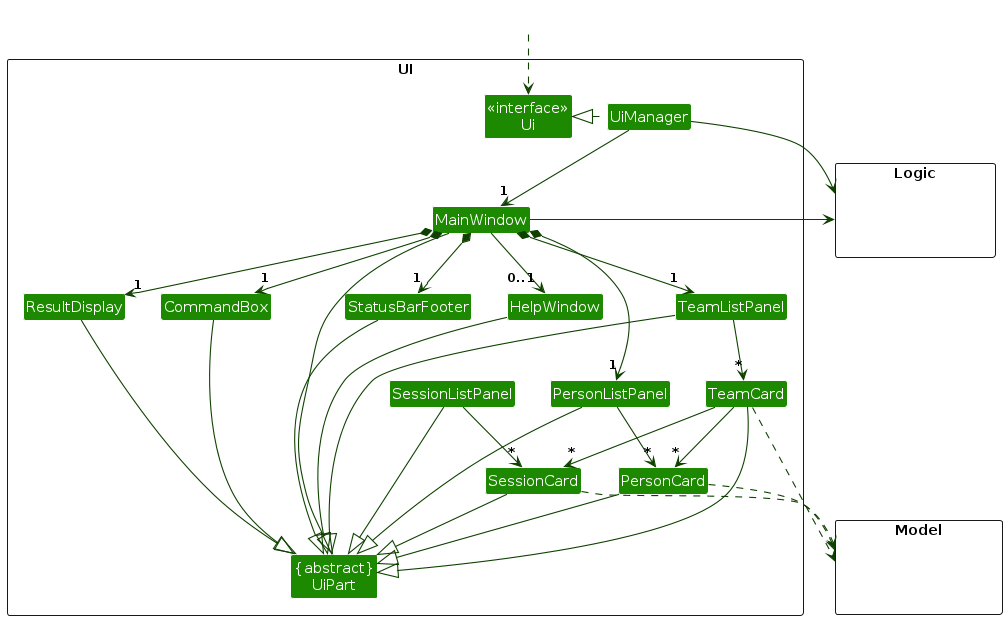
This is diagrams/UiClassDiagram.png from jordanloh/tp, a PlantUML export, as it was before one commit. Its source is kept beside it as diagrams/UiClassDiagram.puml.
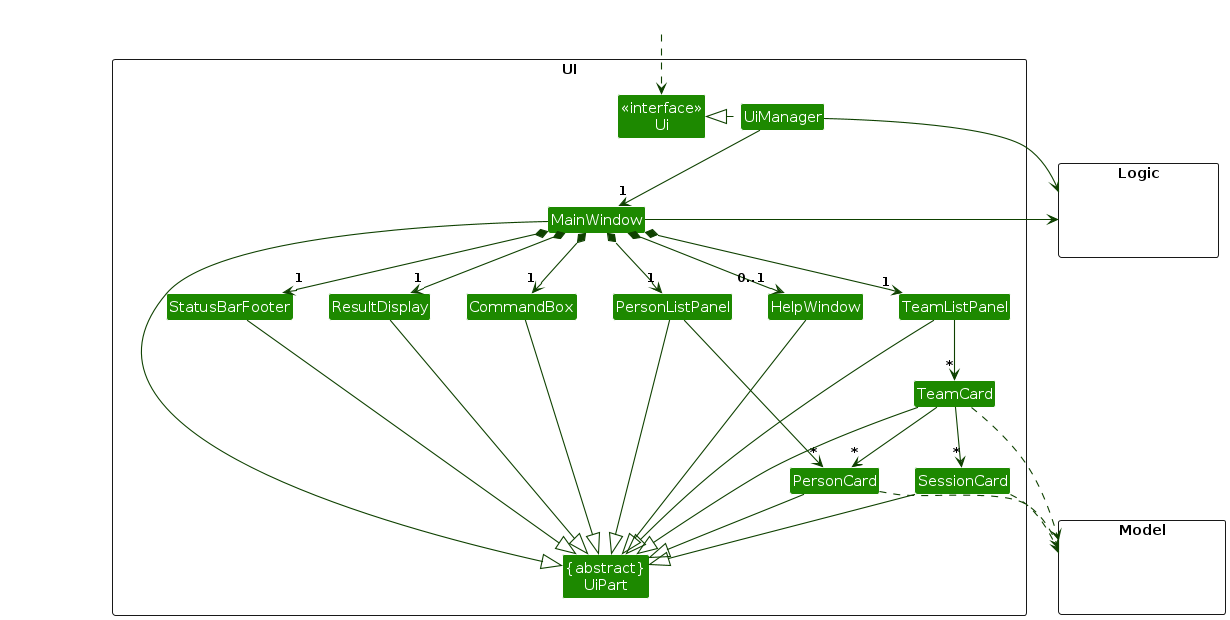
The same file after the commit.

The edit, as a diff of the source:
```diff
@@ -17,7 +17,6 @@
 Class CommandBox
 Class TeamListPanel
 Class TeamCard
-Class SessionListPanel
 Class SessionCard
 }
 
@@ -37,14 +36,15 @@
 MainWindow *-down->  "1" CommandBox
 MainWindow *-down-> "1" ResultDisplay
 MainWindow *-down-> "1" PersonListPanel
+MainWindow *-down->  "1" TeamListPanel
 MainWindow *-down-> "1" StatusBarFooter
-MainWindow *-down->  "1" TeamListPanel
-MainWindow --> "0..1" HelpWindow
+MainWindow *-down-> "0..1" HelpWindow
+PersonListPanel -[hidden]right-> TeamListPanel
+
+
 
 PersonListPanel -down-> "*" PersonCard
 TeamListPanel -down-> "*" TeamCard
-SessionListPanel -down-> "*" SessionCard
-
 TeamCard -down-> "*" PersonCard
 TeamCard -down-> "*" SessionCard
 
@@ -58,7 +58,6 @@
 HelpWindow --|> UiPart
 TeamListPanel --|> UiPart
 TeamCard --|> UiPart
-SessionListPanel --|> UiPart
 SessionCard --|> UiPart
 
 PersonCard ..> Model
```
